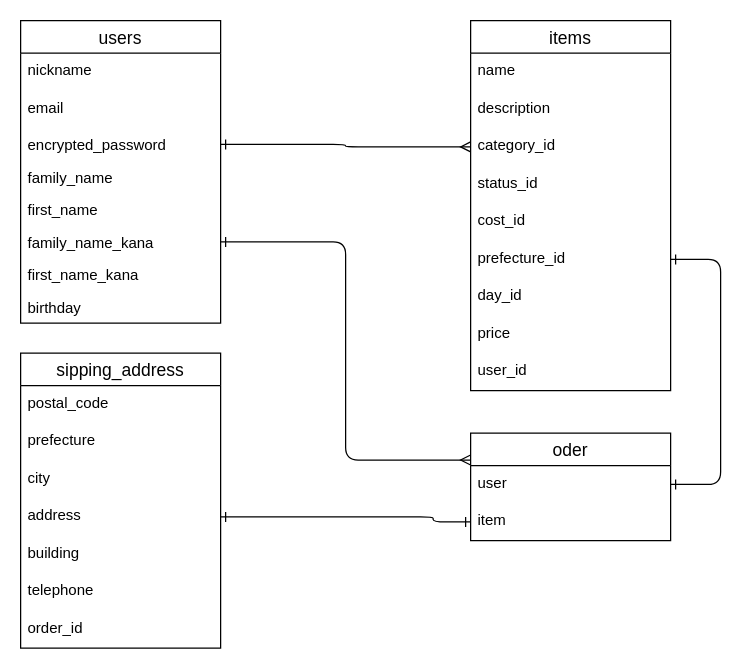
Earlier version of the draw.io diagram furima.dio (k7010/furima-37868). Source tidied: cells renumbered, new cells numbered last; positions are measured from the earlier drawing's top-left corner, leaving out a move shared by most shapes. Both pictures are drawn from the tidied source at 125%, with x=0, y=0 at pixel (20, 20).
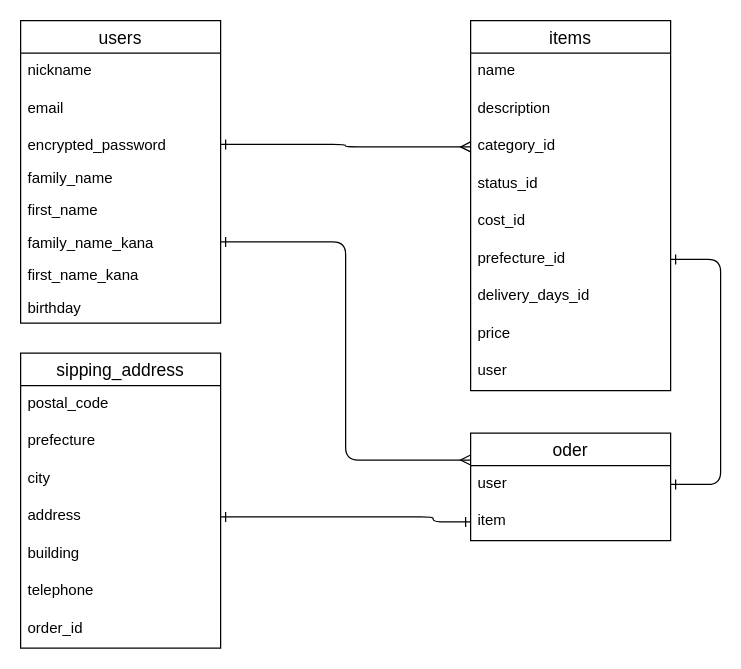
The same page after the edit.

Commit message (it also covers changes not shown here):
データベース設計の再修正

Unchanged cells that the change refers to:
```xml
<mxCell id="19" value="items" style="swimlane;fontStyle=0;horizontal=1;startSize=26;align=center;fontSize=14;" parent="1" vertex="1">
  <mxGeometry x="360" width="160" height="296" as="geometry" />
</mxCell>
```

Diff of the diagram source:
```diff
@@
-    <mxCell id="26" value="day_id" style="text;strokeColor=none;fillColor=none;spacingLeft=4;spacingRight=4;overflow=hidden;fontSize=12;" parent="19" vertex="1">
+    <mxCell id="26" value="delivery_days_id" style="text;strokeColor=none;fillColor=none;spacingLeft=4;spacingRight=4;overflow=hidden;fontSize=12;" parent="19" vertex="1">
       <mxGeometry y="206" width="160" height="30" as="geometry" />
     </mxCell>
@@
-    <mxCell id="28" value="user_id" style="text;strokeColor=none;fillColor=none;spacingLeft=4;spacingRight=4;overflow=hidden;fontSize=12;" parent="19" vertex="1">
+    <mxCell id="28" value="user" style="text;strokeColor=none;fillColor=none;spacingLeft=4;spacingRight=4;overflow=hidden;fontSize=12;" parent="19" vertex="1">
       <mxGeometry y="266" width="160" height="30" as="geometry" />
     </mxCell>
```
